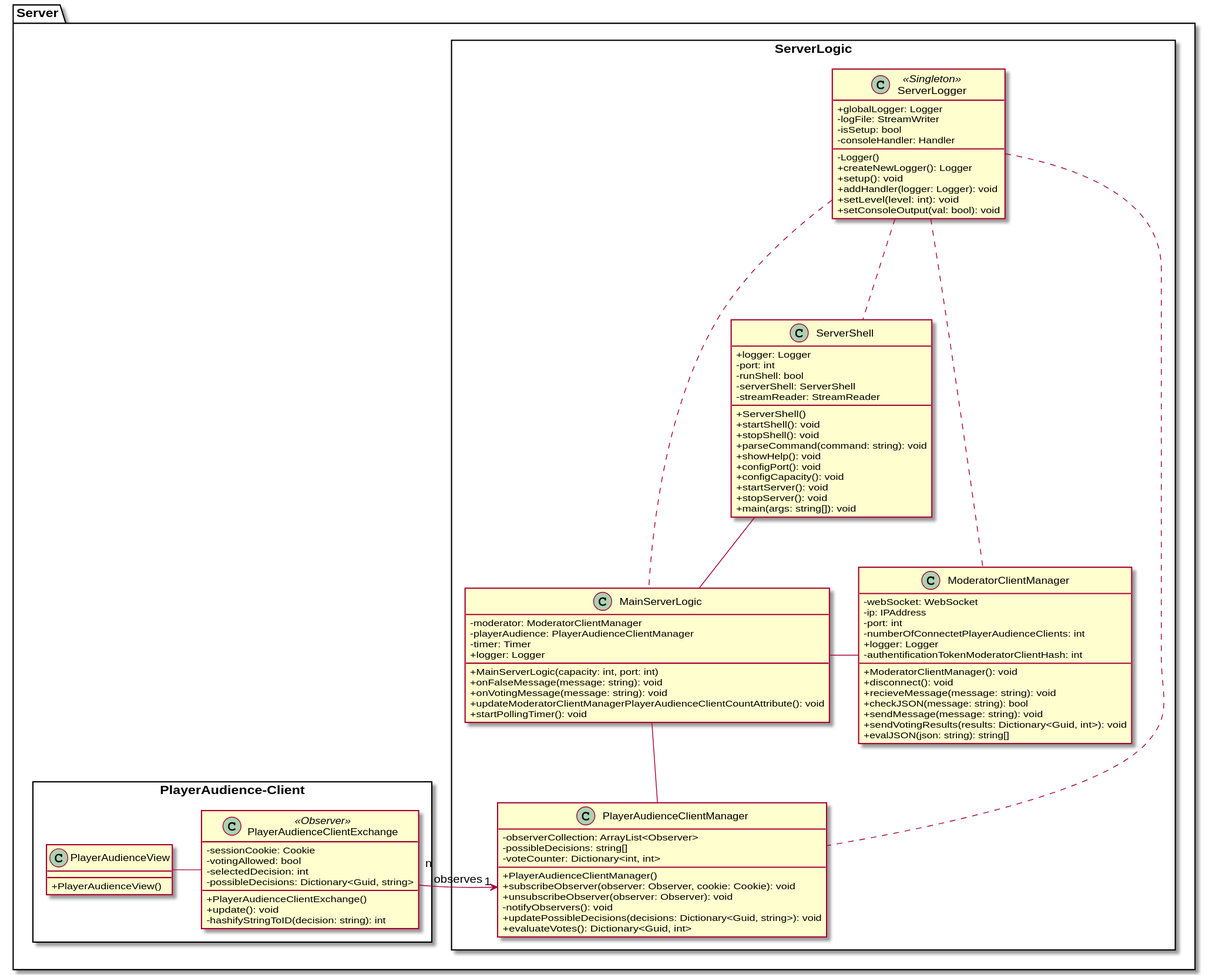
Above: Docs/Technical Specifications/docs/diagrams/ClassDiagrams/ServerClassDiagram.svg in Brotenko/QualityQuest (PlantUML), before the change.
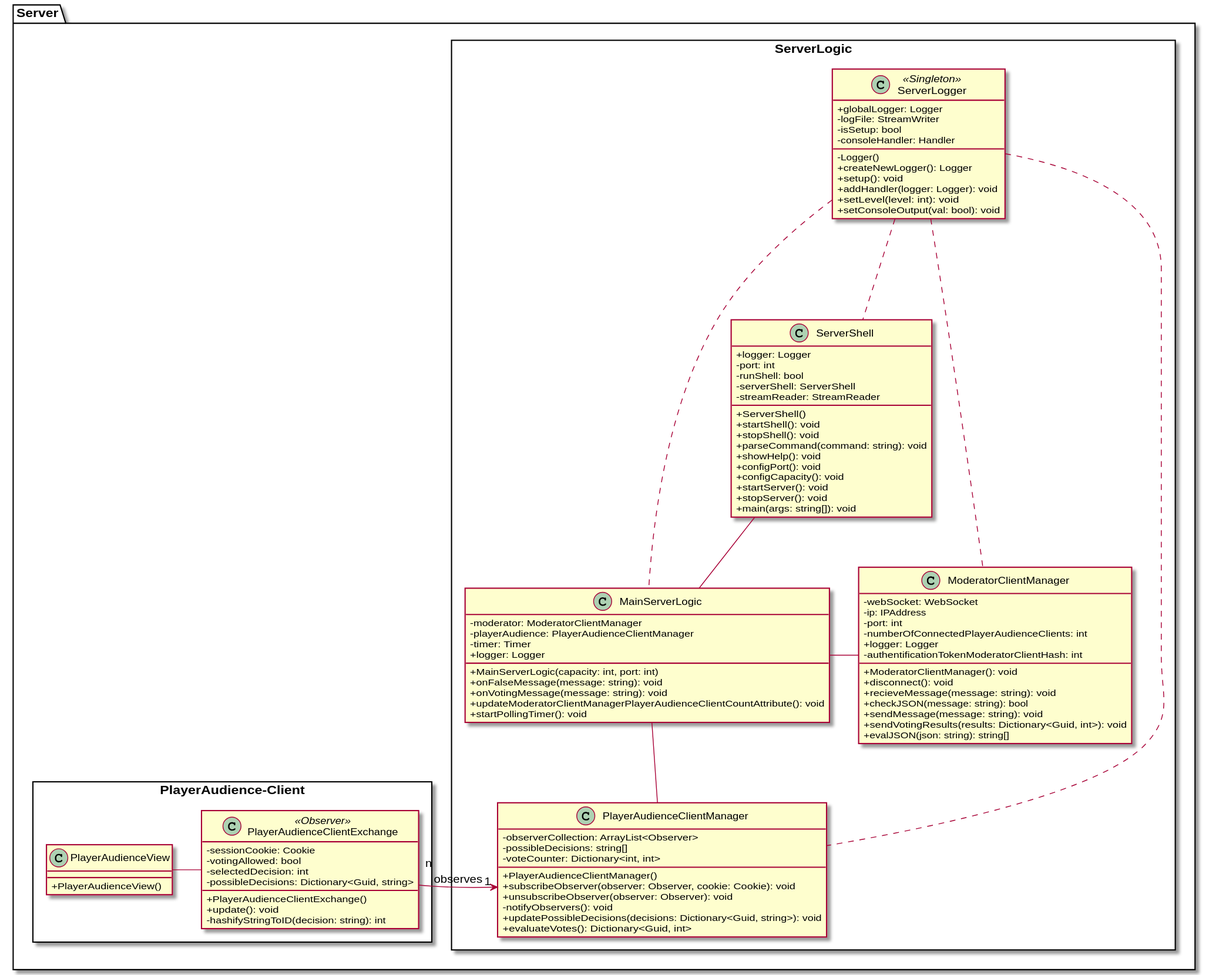
The same file after the commit.

Diff of the diagram source:
```diff
@@ -27,7 +27,7 @@
       {field} -webSocket: WebSocket
       {field} -ip: IPAddress
       {field} -port: int
-      {field} -numberOfConnectetPlayerAudienceClients: int
+      {field} -numberOfConnectedPlayerAudienceClients: int
       {field} +logger: Logger
       {field} -authentificationTokenModeratorClientHash: int
       {method} +ModeratorClientManager(): void
```
